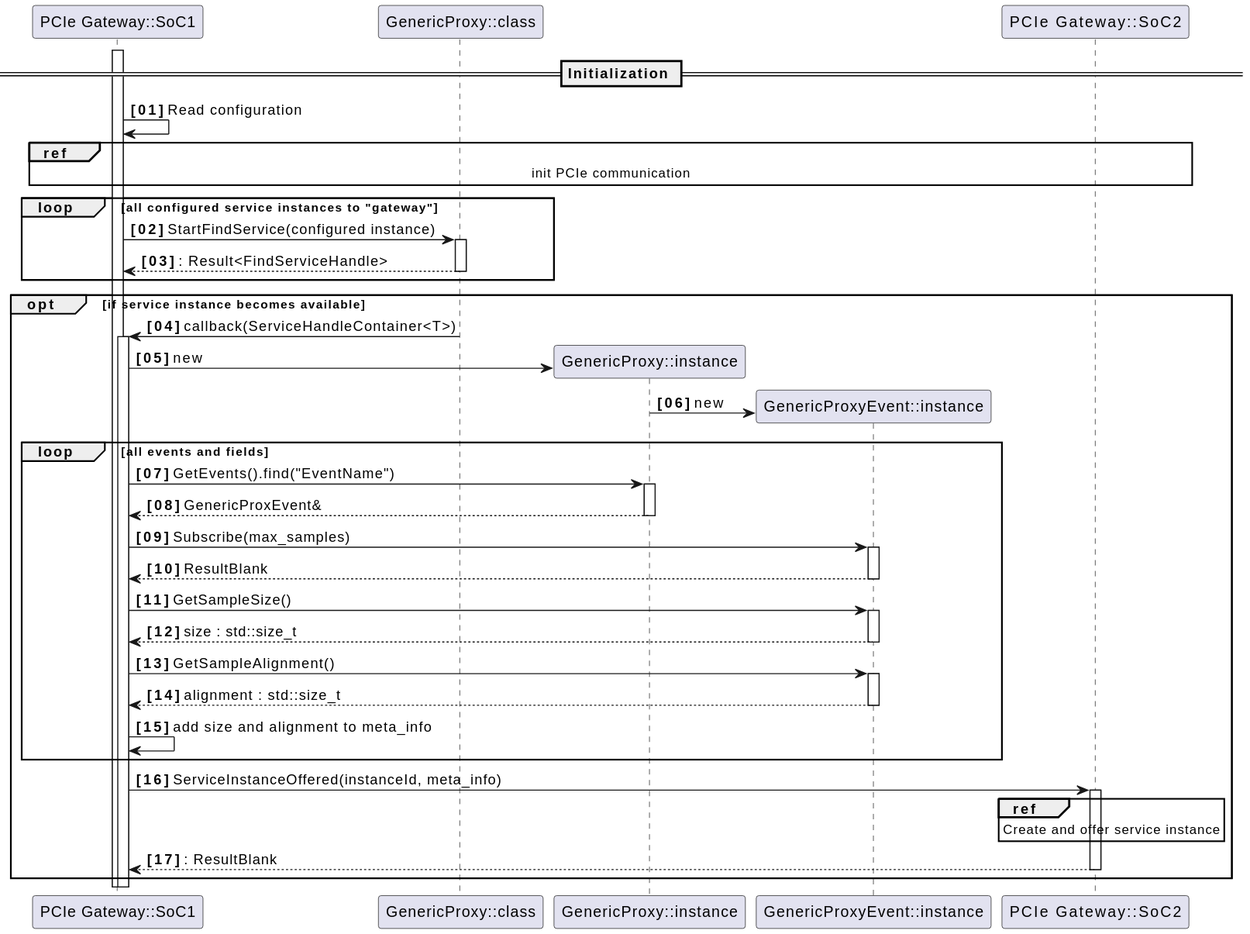
Above: score/mw/com/dependability/software_architectural_design/pci_e_gateway/assets/proxy_instantiate_sequence.svg in eclipse-score/communication (PlantUML), before the change.
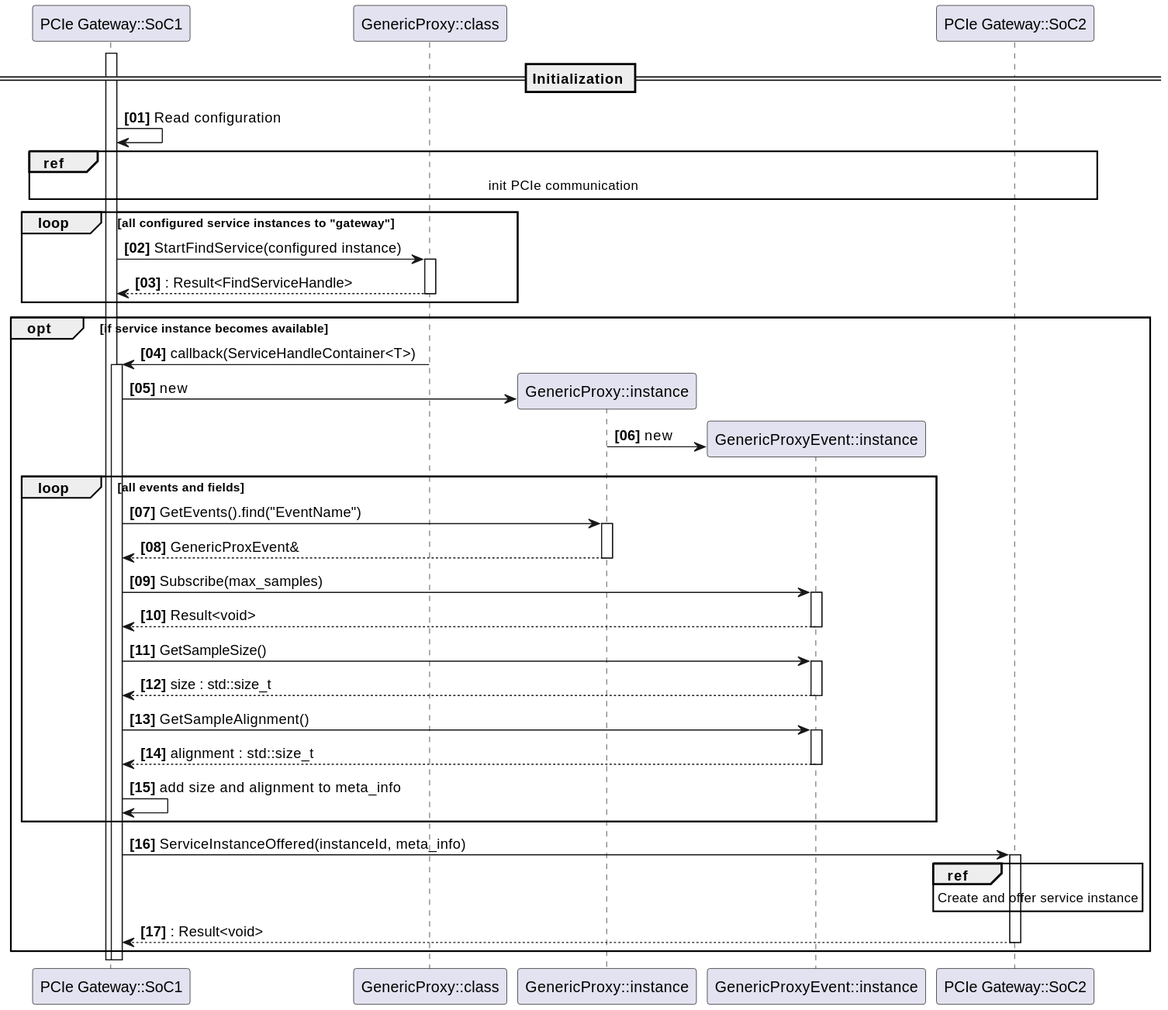
The same file after the commit.

Commit message:
docs: update SVG files by transitioning Result<void> return labels

What changed in the source:
```diff
@@ -2,9 +2,9 @@
 autonumber "<b>[00]"
 skinparam stereotypePosition bottom
 
-participant "PCIe Gateway::I-SoC" as GATEWAY
+participant "PCIe Gateway::SoC1" as GATEWAY
 participant "GenericProxy::class" as PROXY_CLASS
-participant "PCIe Gateway::CV-SoC" as GATEWAY_OTHER order 40
+participant "PCIe Gateway::SoC2" as GATEWAY_OTHER order 40
 
 == Initialization ==
 activate GATEWAY
@@ -28,7 +28,7 @@
         GATEWAY -> PROXY_INSTANCE ++: GetEvents().find("EventName")
         return GenericProxEvent&
         GATEWAY -> PROXY_EVENT_INSTANCE ++ : Subscribe(max_samples)
-        return ResultBlank
+        return Result<void>
         GATEWAY -> PROXY_EVENT_INSTANCE ++: GetSampleSize()
         return size : std::size_t
         GATEWAY -> PROXY_EVENT_INSTANCE ++: GetSampleAlignment()
@@ -38,7 +38,7 @@
 
     GATEWAY -> GATEWAY_OTHER ++: ServiceInstanceOffered(instanceId, meta_info)
     ref over GATEWAY_OTHER : Create and offer service instance
-    return : ResultBlank
+    return : Result<void>
 
 
 end
```
